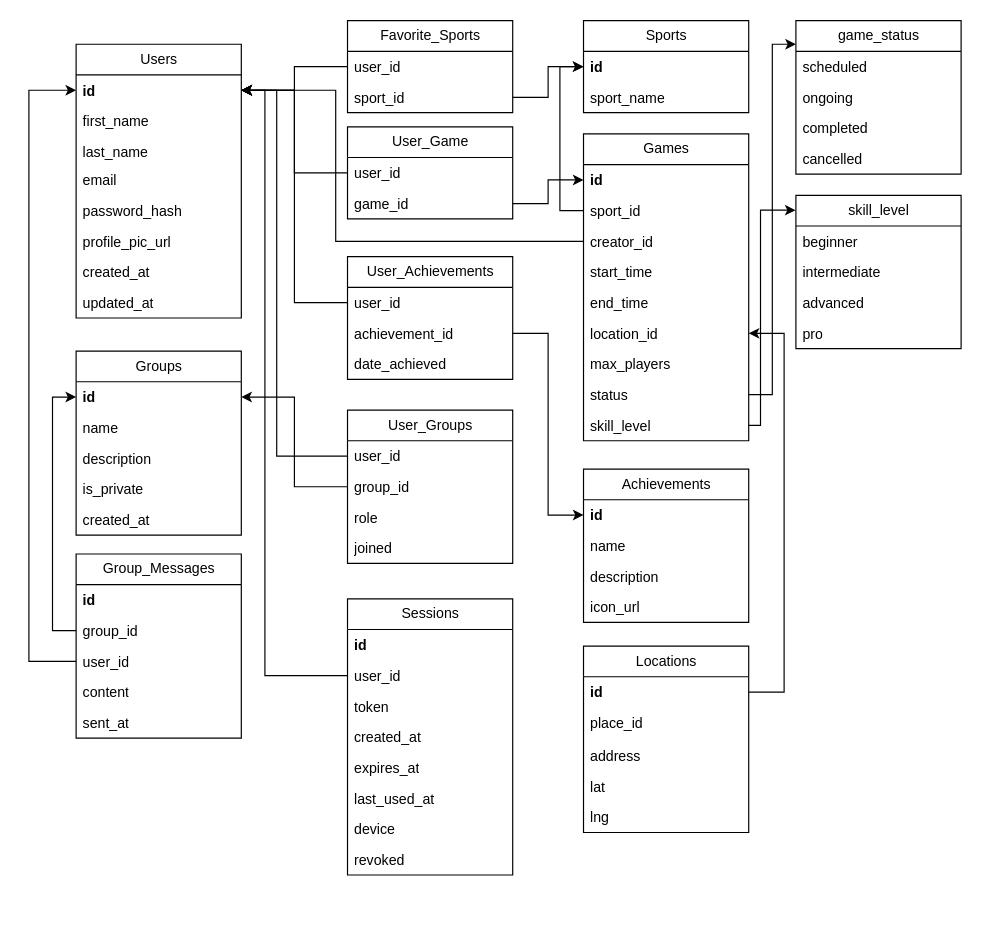
The draw.io diagram page "Database" (3 of 5) of diagrams/pickupDB.drawio in Sroberts03/pickup, before the edit. Source tidied: cells renumbered, new cells numbered last; positions are measured from the earlier drawing's top-left corner, leaving out a move shared by most shapes. Both pictures are drawn from the tidied source at 118%, with x=0, y=0 at pixel (28, 20).
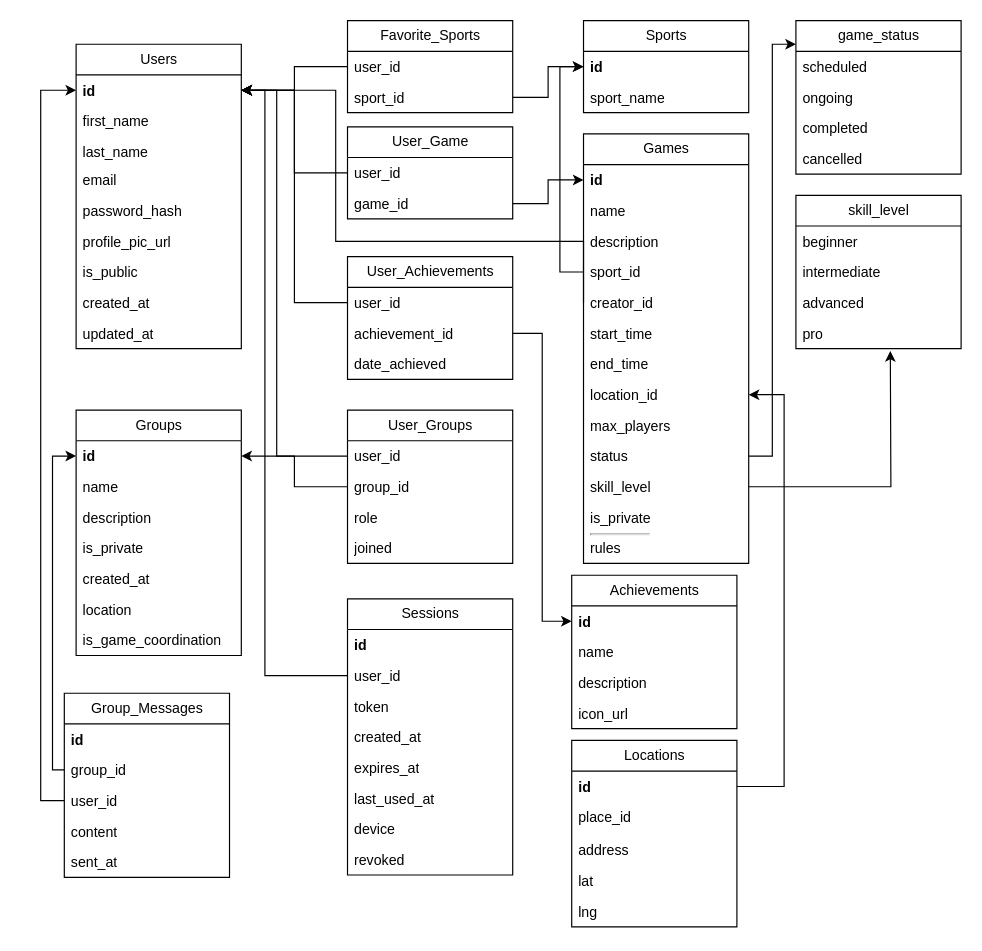
Above is the later version.

The change refers to these unchanged cells:
```xml
<mxCell id="3" value="id" style="text;strokeColor=none;fillColor=none;align=left;verticalAlign=top;spacingLeft=4;spacingRight=4;overflow=hidden;points=[[0,0.5],[1,0.5]];portConstraint=eastwest;whiteSpace=wrap;html=1;fontStyle=1;shadow=0;glass=0;rounded=0;" parent="2" vertex="1">
  <mxGeometry y="26" width="140" height="26" as="geometry" />
</mxCell>
<mxCell id="48" value="id" style="text;strokeColor=none;fillColor=none;align=left;verticalAlign=top;spacingLeft=4;spacingRight=4;overflow=hidden;points=[[0,0.5],[1,0.5]];portConstraint=eastwest;whiteSpace=wrap;html=1;fontStyle=1;" parent="47" vertex="1">
  <mxGeometry y="26" width="140" height="26" as="geometry" />
</mxCell>
<mxCell id="62" value="group_id" style="text;strokeColor=none;fillColor=none;align=left;verticalAlign=top;spacingLeft=4;spacingRight=4;overflow=hidden;points=[[0,0.5],[1,0.5]];portConstraint=eastwest;whiteSpace=wrap;html=1;" parent="60" vertex="1">
  <mxGeometry y="52" width="140" height="26" as="geometry" />
</mxCell>
<mxCell id="63" value="user_id" style="text;strokeColor=none;fillColor=none;align=left;verticalAlign=top;spacingLeft=4;spacingRight=4;overflow=hidden;points=[[0,0.5],[1,0.5]];portConstraint=eastwest;whiteSpace=wrap;html=1;" parent="60" vertex="1">
  <mxGeometry y="78" width="140" height="26" as="geometry" />
</mxCell>
<mxCell id="79" value="id" style="text;strokeColor=none;fillColor=none;align=left;verticalAlign=top;spacingLeft=4;spacingRight=4;overflow=hidden;points=[[0,0.5],[1,0.5]];portConstraint=eastwest;whiteSpace=wrap;html=1;fontStyle=1;" parent="78" vertex="1">
  <mxGeometry y="26" width="140" height="26" as="geometry" />
</mxCell>
<mxCell id="91" value="skill_level" style="swimlane;fontStyle=0;horizontal=1;startSize=26;fillColor=none;html=1;" parent="1" vertex="1">
  <mxGeometry x="650" y="148" width="140" height="130" as="geometry" />
</mxCell>
```

Change to the diagram source:
```diff
@@
     <mxCell id="2" value="Users" style="swimlane;fontStyle=0;horizontal=1;startSize=26;fillColor=none;html=1;rounded=0;shadow=0;glass=0;swimlaneLine=1;" parent="1" vertex="1">
-      <mxGeometry x="40" y="20" width="140" height="232" as="geometry" />
+      <mxGeometry x="40" y="20" width="140" height="258" as="geometry" />
     </mxCell>
@@
+    <mxCell id="97" value="is_public" style="text;strokeColor=none;fillColor=none;align=left;verticalAlign=top;spacingLeft=4;spacingRight=4;overflow=hidden;whiteSpace=wrap;html=1;" parent="2" vertex="1">
+      <mxGeometry y="180" width="140" height="26" as="geometry" />
+    </mxCell>
     <mxCell id="9" value="created_at" style="text;strokeColor=none;fillColor=none;align=left;verticalAlign=top;spacingLeft=4;spacingRight=4;overflow=hidden;whiteSpace=wrap;html=1;" parent="2" vertex="1">
-      <mxGeometry y="180" width="140" height="26" as="geometry" />
+      <mxGeometry y="206" width="140" height="26" as="geometry" />
     </mxCell>
     <mxCell id="10" value="updated_at" style="text;strokeColor=none;fillColor=none;align=left;verticalAlign=top;spacingLeft=4;spacingRight=4;overflow=hidden;whiteSpace=wrap;html=1;" parent="2" vertex="1">
-      <mxGeometry y="206" width="140" height="26" as="geometry" />
+      <mxGeometry y="232" width="140" height="26" as="geometry" />
     </mxCell>
@@
     <mxCell id="17" value="Games" style="swimlane;fontStyle=0;horizontal=1;startSize=26;fillColor=none;html=1;" parent="1" vertex="1">
-      <mxGeometry x="470" y="96" width="140" height="260" as="geometry" />
+      <mxGeometry x="470" y="96" width="140" height="364" as="geometry" />
     </mxCell>
@@
+    <mxCell id="98" value="name" style="text;strokeColor=none;fillColor=none;align=left;verticalAlign=top;spacingLeft=4;spacingRight=4;overflow=hidden;whiteSpace=wrap;html=1;" parent="17" vertex="1">
+      <mxGeometry y="52" width="140" height="26" as="geometry" />
+    </mxCell>
+    <mxCell id="99" value="description" style="text;strokeColor=none;fillColor=none;align=left;verticalAlign=top;spacingLeft=4;spacingRight=4;overflow=hidden;whiteSpace=wrap;html=1;" parent="17" vertex="1">
+      <mxGeometry y="78" width="140" height="26" as="geometry" />
+    </mxCell>
     <mxCell id="19" value="sport_id&lt;div&gt;&lt;br&gt;&lt;/div&gt;" style="text;strokeColor=none;fillColor=none;align=left;verticalAlign=top;spacingLeft=4;spacingRight=4;overflow=hidden;points=[[0,0.5],[1,0.5]];portConstraint=eastwest;whiteSpace=wrap;html=1;" parent="17" vertex="1">
-      <mxGeometry y="52" width="140" height="26" as="geometry" />
+      <mxGeometry y="104" width="140" height="26" as="geometry" />
     </mxCell>
     <mxCell id="20" value="creator_id" style="text;strokeColor=none;fillColor=none;align=left;verticalAlign=top;spacingLeft=4;spacingRight=4;overflow=hidden;points=[[0,0.5],[1,0.5]];portConstraint=eastwest;whiteSpace=wrap;html=1;" parent="17" vertex="1">
-      <mxGeometry y="78" width="140" height="26" as="geometry" />
+      <mxGeometry y="130" width="140" height="26" as="geometry" />
     </mxCell>
     <mxCell id="21" value="start_time" style="text;strokeColor=none;fillColor=none;align=left;verticalAlign=top;spacingLeft=4;spacingRight=4;overflow=hidden;whiteSpace=wrap;html=1;" parent="17" vertex="1">
-      <mxGeometry y="104" width="140" height="26" as="geometry" />
+      <mxGeometry y="156" width="140" height="26" as="geometry" />
     </mxCell>
     <mxCell id="22" value="end_time" style="text;strokeColor=none;fillColor=none;align=left;verticalAlign=top;spacingLeft=4;spacingRight=4;overflow=hidden;whiteSpace=wrap;html=1;" parent="17" vertex="1">
-      <mxGeometry y="130" width="140" height="26" as="geometry" />
+      <mxGeometry y="182" width="140" height="26" as="geometry" />
     </mxCell>
     <mxCell id="23" value="location_id" style="text;strokeColor=none;fillColor=none;align=left;verticalAlign=top;spacingLeft=4;spacingRight=4;overflow=hidden;points=[[0,0.5],[1,0.5]];portConstraint=eastwest;whiteSpace=wrap;html=1;" parent="17" vertex="1">
-      <mxGeometry y="156" width="140" height="26" as="geometry" />
+      <mxGeometry y="208" width="140" height="26" as="geometry" />
     </mxCell>
     <mxCell id="24" value="max_players" style="text;strokeColor=none;fillColor=none;align=left;verticalAlign=top;spacingLeft=4;spacingRight=4;overflow=hidden;whiteSpace=wrap;html=1;" parent="17" vertex="1">
-      <mxGeometry y="182" width="140" height="26" as="geometry" />
+      <mxGeometry y="234" width="140" height="26" as="geometry" />
     </mxCell>
     <mxCell id="25" value="status" style="text;strokeColor=none;fillColor=none;align=left;verticalAlign=top;spacingLeft=4;spacingRight=4;overflow=hidden;points=[[0,0.5],[1,0.5]];portConstraint=eastwest;whiteSpace=wrap;html=1;" parent="17" vertex="1">
-      <mxGeometry y="208" width="140" height="26" as="geometry" />
+      <mxGeometry y="260" width="140" height="26" as="geometry" />
     </mxCell>
+    <mxCell id="100" style="edgeStyle=orthogonalEdgeStyle;rounded=0;jettySize=auto;html=1;" parent="17" edge="1" source="26">
+      <mxGeometry relative="1" as="geometry">
+        <mxPoint x="260" y="184" as="targetPoint" />
+      </mxGeometry>
+    </mxCell>
     <mxCell id="26" value="skill_level" style="text;strokeColor=none;fillColor=none;align=left;verticalAlign=top;spacingLeft=4;spacingRight=4;overflow=hidden;points=[[0,0.5],[1,0.5]];portConstraint=eastwest;whiteSpace=wrap;html=1;" parent="17" vertex="1">
-      <mxGeometry y="234" width="140" height="26" as="geometry" />
+      <mxGeometry y="286" width="140" height="26" as="geometry" />
     </mxCell>
+    <mxCell id="101" value="is_private&lt;hr&gt;" style="text;strokeColor=none;fillColor=none;align=left;verticalAlign=top;spacingLeft=4;spacingRight=4;overflow=hidden;whiteSpace=wrap;html=1;" parent="17" vertex="1">
+      <mxGeometry y="312" width="140" height="26" as="geometry" />
+    </mxCell>
+    <mxCell id="102" value="rules" style="text;strokeColor=none;fillColor=none;align=left;verticalAlign=top;spacingLeft=4;spacingRight=4;overflow=hidden;whiteSpace=wrap;html=1;" parent="17" vertex="1">
+      <mxGeometry y="338" width="140" height="26" as="geometry" />
+    </mxCell>
@@
     <mxCell id="30" value="Achievements" style="swimlane;fontStyle=0;horizontal=1;startSize=26;fillColor=none;html=1;" parent="1" vertex="1">
-      <mxGeometry x="470" y="380" width="140" height="130" as="geometry" />
+      <mxGeometry x="460" y="470" width="140" height="130" as="geometry" />
     </mxCell>
@@
     <mxCell id="47" value="Groups" style="swimlane;fontStyle=0;horizontal=1;startSize=26;fillColor=none;html=1;" parent="1" vertex="1">
-      <mxGeometry x="40" y="280" width="140" height="156" as="geometry" />
+      <mxGeometry x="40" y="330" width="140" height="208" as="geometry" />
     </mxCell>
@@
+    <mxCell id="103" value="location" style="text;strokeColor=none;fillColor=none;align=left;verticalAlign=top;spacingLeft=4;spacingRight=4;overflow=hidden;whiteSpace=wrap;html=1;" parent="47" vertex="1">
+      <mxGeometry y="156" width="140" height="26" as="geometry" />
+    </mxCell>
+    <mxCell id="104" value="is_game_coordination" style="text;strokeColor=none;fillColor=none;align=left;verticalAlign=top;spacingLeft=4;spacingRight=4;overflow=hidden;whiteSpace=wrap;html=1;" parent="47" vertex="1">
+      <mxGeometry y="182" width="140" height="26" as="geometry" />
+    </mxCell>
@@
     <mxCell id="60" value="Group_Messages" style="swimlane;fontStyle=0;horizontal=1;startSize=26;fillColor=none;html=1;" parent="1" vertex="1">
-      <mxGeometry x="40" y="452" width="140" height="156" as="geometry" />
+      <mxGeometry x="30" y="570" width="140" height="156" as="geometry" />
     </mxCell>
@@
-    <mxCell id="66" style="edgeStyle=orthogonalEdgeStyle;rounded=0;jettySize=auto;html=1;exitX=0;exitY=0.5;exitDx=0;exitDy=0;entryX=0;entryY=0.5;entryDx=0;entryDy=0;" parent="1" edge="1" source="62" target="48">
-      <mxGeometry relative="1" as="geometry">
-        <Array as="points">
-          <mxPoint x="20" y="517" />
-          <mxPoint x="20" y="319" />
-        </Array>
-      </mxGeometry>
-    </mxCell>
-    <mxCell id="67" style="edgeStyle=orthogonalEdgeStyle;rounded=0;jettySize=auto;html=1;entryX=0;entryY=0.5;entryDx=0;entryDy=0;" parent="1" edge="1" source="63" target="3">
-      <mxGeometry relative="1" as="geometry">
-        <Array as="points">
-          <mxPoint y="543" />
-          <mxPoint y="59" />
-        </Array>
-      </mxGeometry>
-    </mxCell>
@@
     <mxCell id="78" value="Locations" style="swimlane;fontStyle=0;horizontal=1;startSize=26;fillColor=none;html=1;" parent="1" vertex="1">
-      <mxGeometry x="470" y="530" width="140" height="158" as="geometry" />
+      <mxGeometry x="460" y="610" width="140" height="158" as="geometry" />
     </mxCell>
@@
-    <mxCell id="84" style="edgeStyle=orthogonalEdgeStyle;rounded=0;jettySize=auto;html=1;exitX=1;exitY=0.5;exitDx=0;exitDy=0;entryX=1;entryY=0.5;entryDx=0;entryDy=0;" parent="1" edge="1" source="79" target="23">
-      <mxGeometry relative="1" as="geometry">
-        <Array as="points">
-          <mxPoint x="640" y="569" />
-          <mxPoint x="640" y="265" />
-        </Array>
-      </mxGeometry>
-    </mxCell>
@@
-    <mxCell id="96" style="edgeStyle=orthogonalEdgeStyle;rounded=0;jettySize=auto;html=1;entryX=-0.002;entryY=0.097;entryDx=0;entryDy=0;entryPerimeter=0;" parent="1" edge="1" source="26" target="91">
-      <mxGeometry relative="1" as="geometry">
-        <Array as="points">
-          <mxPoint x="620" y="343" />
-          <mxPoint x="620" y="161" />
-        </Array>
-      </mxGeometry>
-    </mxCell>
+    <mxCell id="66" style="edgeStyle=orthogonalEdgeStyle;rounded=0;jettySize=auto;html=1;exitX=0;exitY=0.5;exitDx=0;exitDy=0;entryX=0;entryY=0.5;entryDx=0;entryDy=0;" parent="1" edge="1" source="62" target="48">
+      <mxGeometry relative="1" as="geometry">
+        <Array as="points">
+          <mxPoint x="20" y="635" />
+          <mxPoint x="20" y="369" />
+        </Array>
+      </mxGeometry>
+    </mxCell>
+    <mxCell id="67" style="edgeStyle=orthogonalEdgeStyle;rounded=0;jettySize=auto;html=1;exitX=0;exitY=0.5;exitDx=0;exitDy=0;entryX=0;entryY=0.5;entryDx=0;entryDy=0;" parent="1" edge="1" source="63" target="3">
+      <mxGeometry relative="1" as="geometry" />
+    </mxCell>
+    <mxCell id="84" style="edgeStyle=orthogonalEdgeStyle;rounded=0;jettySize=auto;html=1;entryX=1;entryY=0.5;entryDx=0;entryDy=0;" parent="1" edge="1" source="79" target="23">
+      <mxGeometry relative="1" as="geometry">
+        <Array as="points">
+          <mxPoint x="640" y="649" />
+          <mxPoint x="640" y="317" />
+        </Array>
+      </mxGeometry>
+    </mxCell>
```
